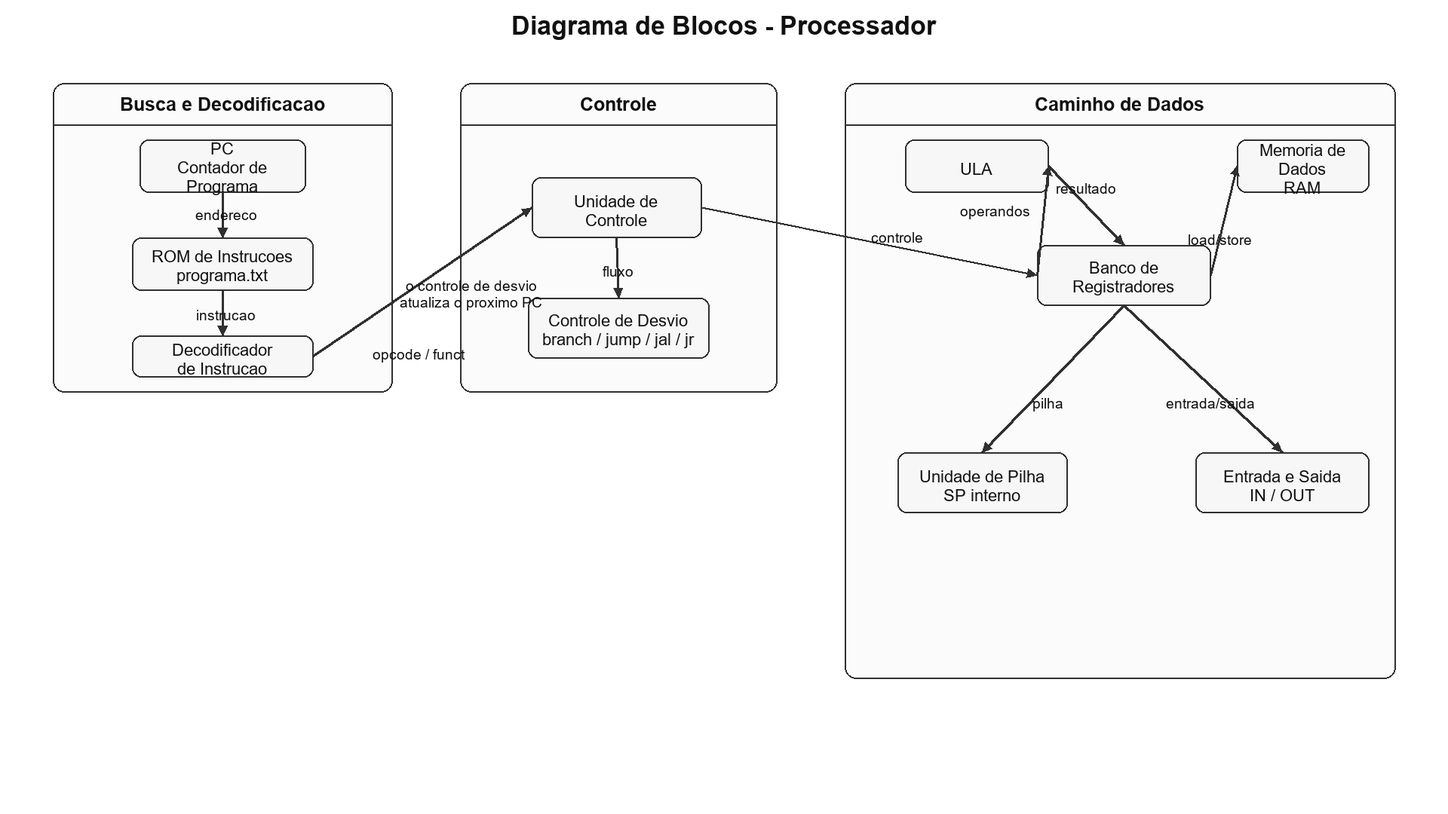
The PlantUML diagram diagramas/png_16x9/01_processador_blocos.png in FelipeSilvestre04/Compiladores, before a commit. Its source is kept beside it as diagramas/puml/01_processador_blocos.puml. Its diagram source:
```plantuml
@startuml
title Diagrama de Blocos - Processador

top to bottom direction
skinparam backgroundColor #FFFFFF
skinparam shadowing false
skinparam componentStyle rectangle
skinparam roundcorner 8
skinparam defaultFontName Arial
skinparam ArrowColor #404040
skinparam component {
  BorderColor #404040
  BackgroundColor #F7F7F7
}
skinparam rectangle {
  BorderColor #404040
  BackgroundColor #FFFFFF
}

rectangle "Busca e Decodificacao" {
  rectangle "PC\nContador de Programa" as PC
  rectangle "ROM de Instrucoes\nprograma.txt" as ROM
  rectangle "Decodificador\nde Instrucao" as DEC
}

rectangle "Controle" {
  rectangle "Unidade de\nControle" as UC
  rectangle "Controle de Desvio\nbranch / jump / jal / jr" as CTRLPC
}

rectangle "Caminho de Dados" {
  rectangle "Banco de\nRegistradores" as REG
  rectangle "ULA" as ULA
  rectangle "Memoria de Dados\nRAM" as RAM
  rectangle "Unidade de Pilha\nSP interno" as STACK
  rectangle "Entrada e Saida\nIN / OUT" as IO
}

PC -down-> ROM : endereco
ROM -down-> DEC : instrucao
DEC -down-> UC : campos decodificados

UC -down-> REG : controle
UC -right-> CTRLPC : fluxo
CTRLPC -up-> PC : proximo PC

REG -left-> ULA : operandos
ULA -right-> REG : resultado

REG -down-> RAM : load/store
REG -down-> STACK : pilha
REG -down-> IO : entrada/saida

@enduml
```
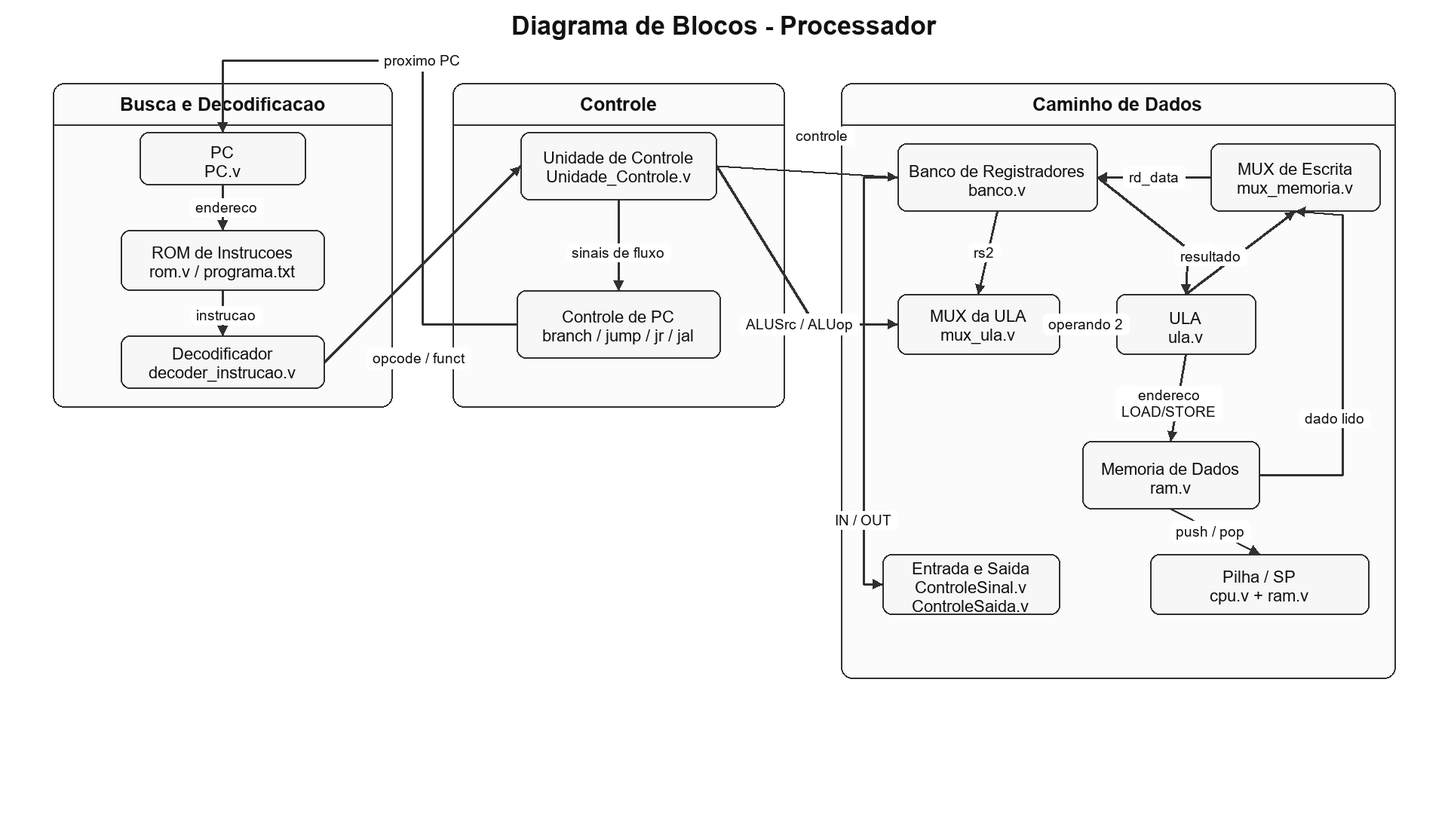
The same file after the commit.

What changed in the source:
```diff
@@ -18,37 +18,46 @@
 }
 
 rectangle "Busca e Decodificacao" {
-  rectangle "PC\nContador de Programa" as PC
-  rectangle "ROM de Instrucoes\nprograma.txt" as ROM
-  rectangle "Decodificador\nde Instrucao" as DEC
+  rectangle "PC\nPC.v" as PC
+  rectangle "ROM de Instrucoes\nrom.v / programa.txt" as ROM
+  rectangle "Decodificador\ndecoder_instrucao.v" as DEC
 }
 
 rectangle "Controle" {
-  rectangle "Unidade de\nControle" as UC
-  rectangle "Controle de Desvio\nbranch / jump / jal / jr" as CTRLPC
+  rectangle "Unidade de Controle\nUnidade_Controle.v" as UC
+  rectangle "Controle de PC\nbranch / jump / jr / jal" as CTRLPC
 }
 
 rectangle "Caminho de Dados" {
-  rectangle "Banco de\nRegistradores" as REG
-  rectangle "ULA" as ULA
-  rectangle "Memoria de Dados\nRAM" as RAM
-  rectangle "Unidade de Pilha\nSP interno" as STACK
-  rectangle "Entrada e Saida\nIN / OUT" as IO
+  rectangle "Banco de Registradores\nbanco.v" as REG
+  rectangle "MUX da ULA\nmux_ula.v" as MUXULA
+  rectangle "ULA\nula.v" as ULA
+  rectangle "Memoria de Dados\nram.v" as RAM
+  rectangle "MUX de Escrita\nmux_memoria.v" as MUXMEM
+  rectangle "Pilha / SP\ncpu.v + ram.v" as STACK
+  rectangle "Entrada e Saida\nControleSinal.v / ControleSaida.v" as IO
 }
 
 PC -down-> ROM : endereco
 ROM -down-> DEC : instrucao
-DEC -down-> UC : campos decodificados
+DEC -right-> UC : opcode e funct
+DEC -down-> REG : rs1, rs2 e rd
 
-UC -down-> REG : controle
-UC -right-> CTRLPC : fluxo
+UC -down-> REG : RegWrite
+UC -down-> MUXULA : ALUSrc / ALUop
+UC -right-> CTRLPC : Jump / Branch / Halt
 CTRLPC -up-> PC : proximo PC
 
-REG -left-> ULA : operandos
-ULA -right-> REG : resultado
+REG -down-> MUXULA : rs2
+MUXULA -right-> ULA : operando
+REG -right-> ULA : rs1
+ULA -right-> MUXMEM : resultado
+MUXMEM -up-> REG : dado escrito
 
-REG -down-> RAM : load/store
-REG -down-> STACK : pilha
-REG -down-> IO : entrada/saida
+ULA -down-> RAM : endereco
+RAM -up-> MUXMEM : dado lido
+REG -down-> RAM : dado de STORE
+RAM -down-> STACK : push / pop
+REG -down-> IO : IN / OUT
 
 @enduml
```
